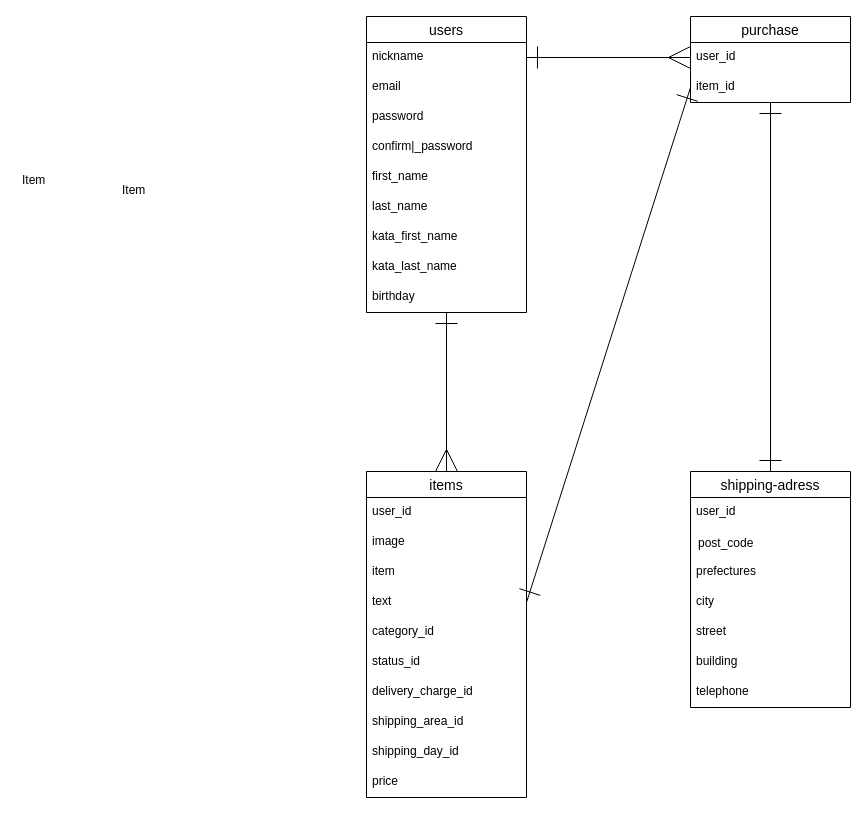
hiroya-takatsuchi/furima-39964 keeps this draw.io diagram as page "ページ1" (1 of 2) of test.dio. Above is the earlier version. Source tidied: cells renumbered, new cells numbered last; positions are measured from the earlier drawing's top-left corner, leaving out a move shared by most shapes. Both pictures are drawn from the tidied source at 100%, with x=0, y=0 at pixel (16, 16).
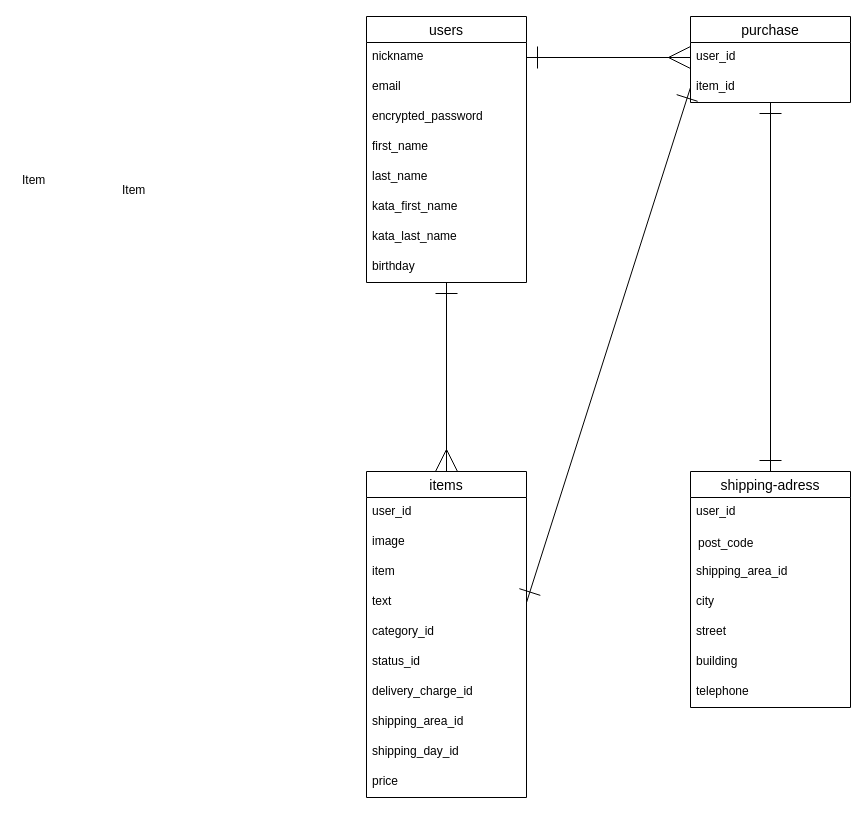
Above is the later version.

Commit message (it also covers changes not shown here):
データベース設計の修正③

The change refers to these unchanged cells:
```xml
<mxCell id="28" value="shipping-adress" style="swimlane;fontStyle=0;horizontal=1;startSize=26;align=center;fontSize=14;" parent="1" vertex="1">
  <mxGeometry x="674" y="455" width="160" height="236" as="geometry" />
</mxCell>
```

What changed in the source:
```diff
@@
     <mxCell id="2" value="users" style="swimlane;fontStyle=0;horizontal=1;startSize=26;align=center;fontSize=14;" parent="1" vertex="1">
-      <mxGeometry x="350" width="160" height="296" as="geometry" />
+      <mxGeometry x="350" width="160" height="266" as="geometry" />
     </mxCell>
@@
-    <mxCell id="5" value="password" style="text;strokeColor=none;fillColor=none;spacingLeft=4;spacingRight=4;overflow=hidden;fontSize=12;" parent="2" vertex="1">
-      <mxGeometry y="86" width="160" height="30" as="geometry" />
-    </mxCell>
-    <mxCell id="6" value="confirm|_password" style="text;strokeColor=none;fillColor=none;spacingLeft=4;spacingRight=4;overflow=hidden;fontSize=12;" parent="2" vertex="1">
-      <mxGeometry y="116" width="160" height="30" as="geometry" />
+    <mxCell id="6" value="encrypted_password" style="text;strokeColor=none;fillColor=none;spacingLeft=4;spacingRight=4;overflow=hidden;fontSize=12;" parent="2" vertex="1">
+      <mxGeometry y="86" width="160" height="30" as="geometry" />
     </mxCell>
     <mxCell id="7" value="first_name" style="text;strokeColor=none;fillColor=none;spacingLeft=4;spacingRight=4;overflow=hidden;fontSize=12;" parent="2" vertex="1">
-      <mxGeometry y="146" width="160" height="30" as="geometry" />
+      <mxGeometry y="116" width="160" height="30" as="geometry" />
     </mxCell>
     <mxCell id="8" value="last_name" style="text;strokeColor=none;fillColor=none;spacingLeft=4;spacingRight=4;overflow=hidden;fontSize=12;" parent="2" vertex="1">
-      <mxGeometry y="176" width="160" height="30" as="geometry" />
+      <mxGeometry y="146" width="160" height="30" as="geometry" />
     </mxCell>
     <mxCell id="9" value="kata_first_name" style="text;strokeColor=none;fillColor=none;spacingLeft=4;spacingRight=4;overflow=hidden;fontSize=12;" parent="2" vertex="1">
-      <mxGeometry y="206" width="160" height="30" as="geometry" />
+      <mxGeometry y="176" width="160" height="30" as="geometry" />
     </mxCell>
     <mxCell id="10" value="kata_last_name" style="text;strokeColor=none;fillColor=none;spacingLeft=4;spacingRight=4;overflow=hidden;fontSize=12;" parent="2" vertex="1">
-      <mxGeometry y="236" width="160" height="30" as="geometry" />
+      <mxGeometry y="206" width="160" height="30" as="geometry" />
     </mxCell>
     <mxCell id="11" value="birthday&#10;" style="text;strokeColor=none;fillColor=none;spacingLeft=4;spacingRight=4;overflow=hidden;points=[[0,0.5],[1,0.5]];portConstraint=eastwest;fontSize=12;" parent="2" vertex="1">
-      <mxGeometry y="266" width="160" height="30" as="geometry" />
+      <mxGeometry y="236" width="160" height="30" as="geometry" />
     </mxCell>
@@
-    <mxCell id="31" value="prefectures" style="text;strokeColor=none;fillColor=none;spacingLeft=4;spacingRight=4;overflow=hidden;fontSize=12;" parent="28" vertex="1">
+    <mxCell id="31" value="shipping_area_id" style="text;strokeColor=none;fillColor=none;spacingLeft=4;spacingRight=4;overflow=hidden;fontSize=12;" parent="28" vertex="1">
       <mxGeometry y="86" width="160" height="30" as="geometry" />
     </mxCell>
```
